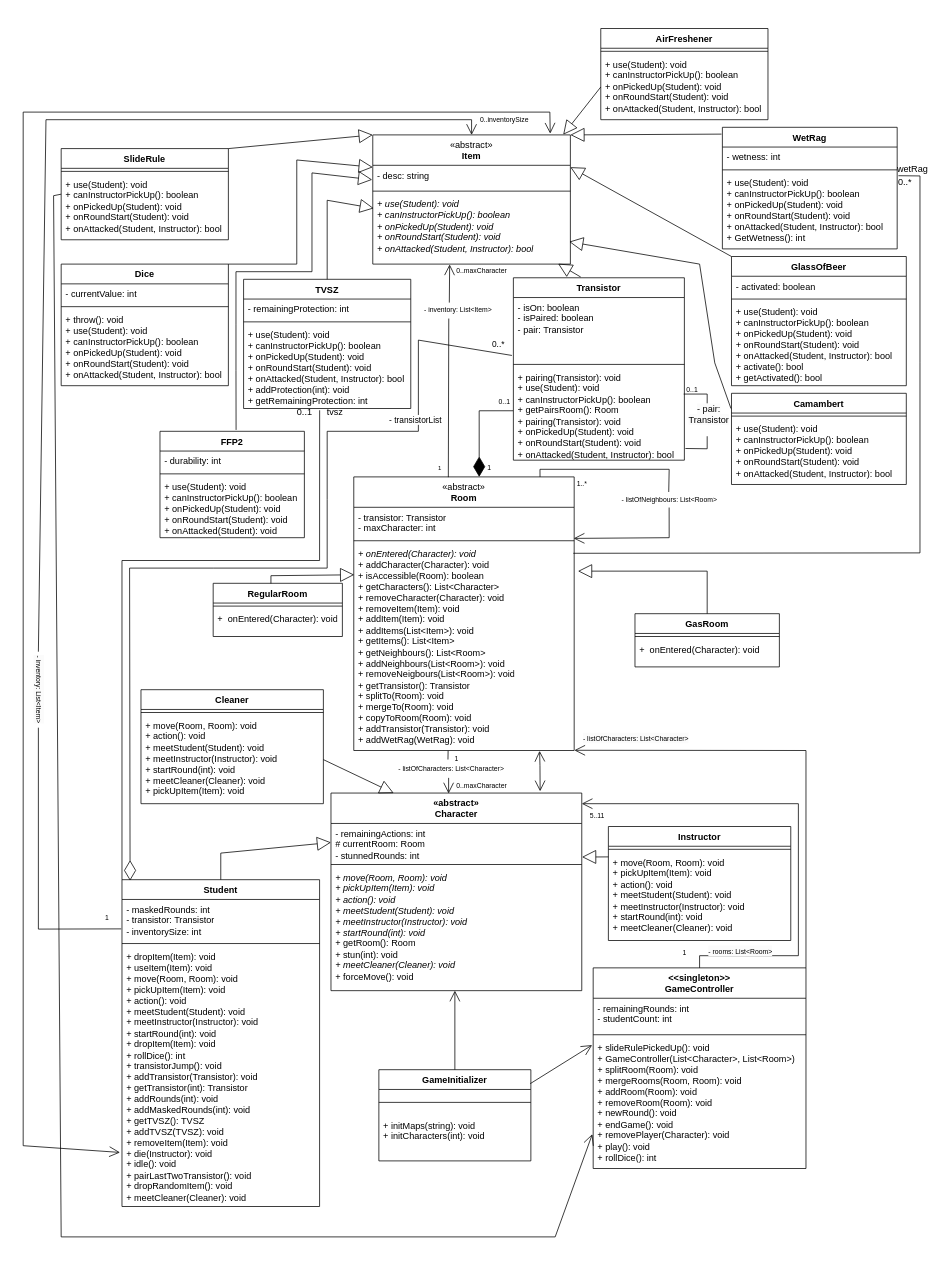
Above: Beadások/6. Beadás/Változás-Class Diagram.drawio in XanleR/U.B.R.---Projlab-2024 (draw.io), before the change. Source tidied: cells renumbered, new cells numbered last; positions are measured from the earlier drawing's top-left corner, leaving out a move shared by most shapes. Both pictures are drawn from the tidied source at 76%, with x=0, y=0 at pixel (0, 28).
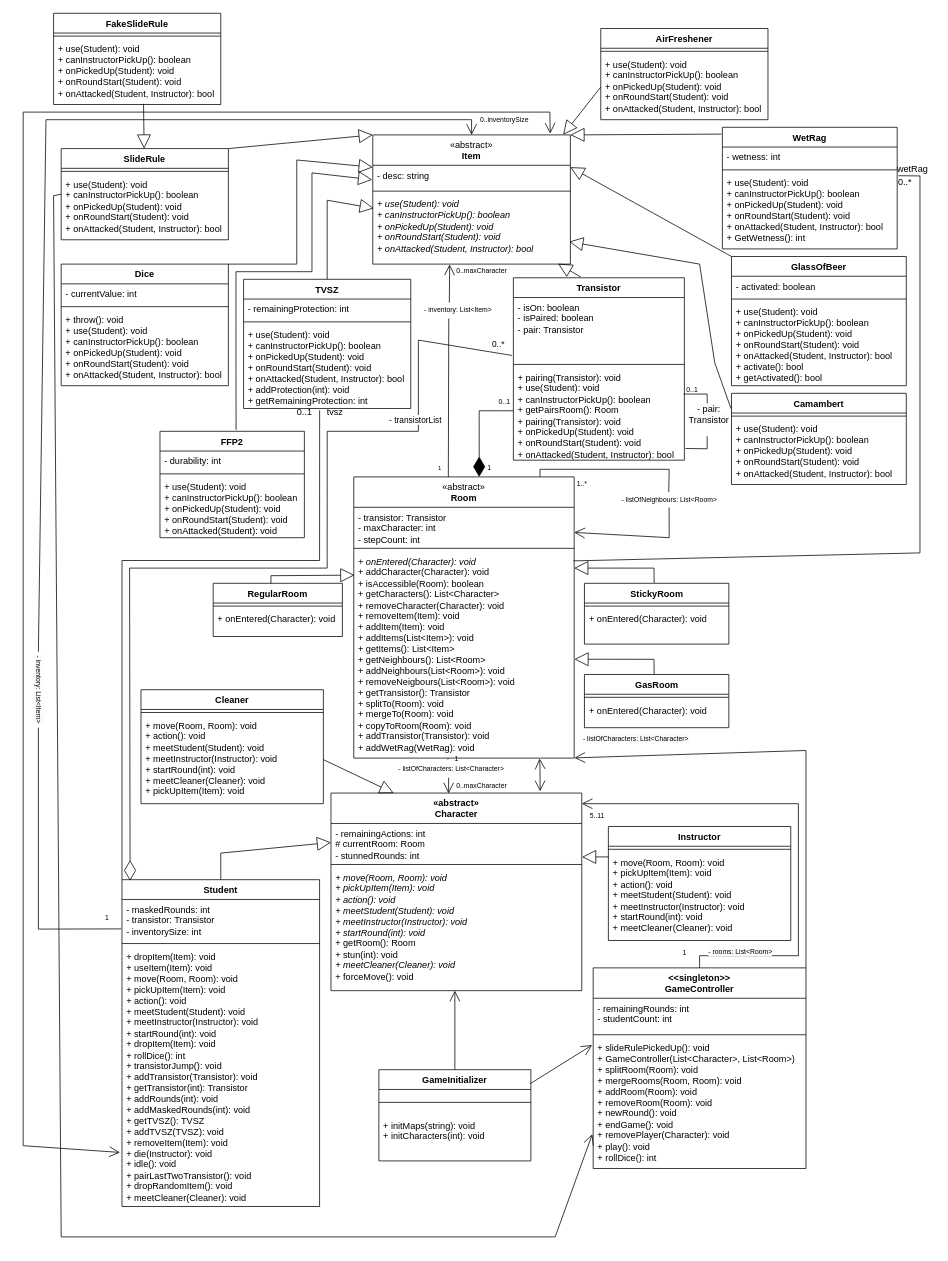
After the change.

The change refers to these unchanged cells:
```xml
<mxCell id="25" value="SlideRule" style="swimlane;fontStyle=1;align=center;verticalAlign=top;horizontal=1;startSize=26;whiteSpace=wrap;html=1;" parent="1" vertex="1">
  <mxGeometry x="80" y="158" width="220" height="120" as="geometry" />
</mxCell>
<mxCell id="72" value="RegularRoom" style="swimlane;fontStyle=1;align=center;verticalAlign=top;horizontal=1;startSize=26;whiteSpace=wrap;html=1;" parent="1" vertex="1">
  <mxGeometry x="280" y="730" width="170" height="70" as="geometry" />
</mxCell>
<mxCell id="81" value="&lt;span style=&quot;text-align: left; font-weight: normal;&quot;&gt;&lt;font style=&quot;font-size: 9px;&quot;&gt;- listOfNeighbours: List&amp;lt;Room&amp;gt;&lt;/font&gt;&lt;/span&gt;" style="text;align=center;fontStyle=1;verticalAlign=middle;spacingLeft=3;spacingRight=3;strokeColor=none;points=[[0,0.5],[1,0.5]];portConstraint=eastwest;html=1;" parent="1" vertex="1">
  <mxGeometry x="850" y="610" width="60" height="20" as="geometry" />
</mxCell>
```

Diff of the diagram source:
```diff
@@
     <mxCell id="58" value="&lt;div&gt;&lt;span style=&quot;font-weight: 400;&quot;&gt;«abstract»&lt;/span&gt;&lt;br&gt;&lt;/div&gt;Room" style="swimlane;fontStyle=1;align=center;verticalAlign=top;horizontal=1;startSize=40;whiteSpace=wrap;html=1;" parent="1" vertex="1">
-      <mxGeometry x="465" y="590" width="290" height="360" as="geometry" />
+      <mxGeometry x="465" y="590" width="290" height="370" as="geometry" />
     </mxCell>
-    <mxCell id="59" value="- transistor: Transistor&lt;br&gt;- maxCharacter: int" style="text;strokeColor=none;fillColor=none;align=left;verticalAlign=top;spacingLeft=4;spacingRight=4;overflow=hidden;points=[[0,0.5],[1,0.5]];portConstraint=eastwest;whiteSpace=wrap;html=1;" parent="58" vertex="1">
-      <mxGeometry y="40" width="290" height="40" as="geometry" />
+    <mxCell id="59" value="- transistor: Transistor&lt;br&gt;- maxCharacter: int&lt;div&gt;- stepCount: int&lt;/div&gt;" style="text;strokeColor=none;fillColor=none;align=left;verticalAlign=top;spacingLeft=4;spacingRight=4;overflow=hidden;points=[[0,0.5],[1,0.5]];portConstraint=eastwest;whiteSpace=wrap;html=1;" parent="58" vertex="1">
+      <mxGeometry y="40" width="290" height="50" as="geometry" />
     </mxCell>
     <mxCell id="60" style="line;strokeWidth=1;fillColor=none;align=left;verticalAlign=middle;spacingTop=-1;spacingLeft=3;spacingRight=3;labelPosition=right;strokeColor=inherit;" parent="58" vertex="1">
-      <mxGeometry y="80" width="290" height="8" as="geometry" />
+      <mxGeometry y="90" width="290" height="8" as="geometry" />
     </mxCell>
     <mxCell id="61" value="&lt;div&gt;&lt;i style=&quot;background-color: initial;&quot;&gt;+&amp;nbsp;onEntered(Character): void&lt;/i&gt;&lt;br&gt;&lt;/div&gt;+ addCharacter(Character): void&lt;div&gt;+&lt;span style=&quot;background-color: initial; text-align: center;&quot;&gt;&amp;nbsp;isAccessible(Room): boolean&lt;/span&gt;&lt;/div&gt;&lt;div&gt;&lt;span style=&quot;background-color: initial; text-align: center;&quot;&gt;+&lt;/span&gt;&lt;span style=&quot;background-color: initial; text-align: center;&quot;&gt;&amp;nbsp;getCharacters(): List&amp;lt;Character&amp;gt;&lt;/span&gt;&lt;/div&gt;&lt;div&gt;&lt;span style=&quot;background-color: initial; text-align: center;&quot;&gt;+&lt;/span&gt;&lt;span style=&quot;background-color: initial; text-align: center;&quot;&gt;&amp;nbsp;removeCharacter(Character): void&lt;/span&gt;&lt;/div&gt;&lt;div&gt;&lt;span style=&quot;background-color: initial; text-align: center;&quot;&gt;+&amp;nbsp;&lt;/span&gt;&lt;span style=&quot;background-color: initial; text-align: center;&quot;&gt;removeItem(Item): void&lt;/span&gt;&lt;/div&gt;&lt;div&gt;&lt;span style=&quot;background-color: initial; text-align: center;&quot;&gt;+&amp;nbsp;&lt;/span&gt;&lt;span style=&quot;background-color: initial; text-align: center;&quot;&gt;addItem(Item): void&lt;/span&gt;&lt;/div&gt;&lt;div&gt;&lt;span style=&quot;background-color: initial; text-align: center;&quot;&gt;+&amp;nbsp;&lt;/span&gt;&lt;span style=&quot;background-color: initial; text-align: center;&quot;&gt;addItems(List&amp;lt;Item&amp;gt;): void&lt;/span&gt;&lt;/div&gt;&lt;div&gt;&lt;span style=&quot;background-color: initial; text-align: center;&quot;&gt;+&amp;nbsp;&lt;/span&gt;&lt;span style=&quot;background-color: initial; text-align: center;&quot;&gt;getItems(): List&amp;lt;Item&amp;gt;&lt;/span&gt;&lt;/div&gt;&lt;div&gt;&lt;span style=&quot;background-color: initial; text-align: center;&quot;&gt;+&amp;nbsp;&lt;/span&gt;&lt;span style=&quot;background-color: initial; text-align: center;&quot;&gt;getNeighbours(): List&amp;lt;Room&amp;gt;&lt;/span&gt;&lt;/div&gt;&lt;div&gt;&lt;span style=&quot;background-color: initial; text-align: center;&quot;&gt;+&amp;nbsp;&lt;/span&gt;&lt;span style=&quot;background-color: initial; text-align: center;&quot;&gt;addNeighbours(List&amp;lt;Room&amp;gt;): void&lt;/span&gt;&lt;/div&gt;&lt;div&gt;&lt;span style=&quot;background-color: initial; text-align: center;&quot;&gt;+&amp;nbsp;&lt;/span&gt;&lt;span style=&quot;background-color: initial; text-align: center;&quot;&gt;removeNeigbours(List&amp;lt;Room&amp;gt;): void&lt;/span&gt;&lt;/div&gt;&lt;div&gt;&lt;span style=&quot;background-color: initial; text-align: center;&quot;&gt;+ getTransistor(): Transistor&lt;/span&gt;&lt;/div&gt;&lt;div&gt;&lt;span style=&quot;background-color: initial; text-align: center;&quot;&gt;+ splitTo(Room): void&lt;/span&gt;&lt;/div&gt;&lt;div&gt;&lt;span style=&quot;background-color: initial; text-align: center;&quot;&gt;+ mergeTo(Room): void&lt;/span&gt;&lt;/div&gt;&lt;div&gt;&lt;span style=&quot;background-color: initial; text-align: center;&quot;&gt;+ copyToRoom(Room): void&lt;/span&gt;&lt;/div&gt;&lt;div&gt;&lt;span style=&quot;background-color: initial; text-align: center;&quot;&gt;+ addTransistor(Transistor): void&lt;/span&gt;&lt;/div&gt;&lt;div&gt;&lt;span style=&quot;background-color: initial; text-align: center;&quot;&gt;+ addWetRag(WetRag): void&lt;/span&gt;&lt;/div&gt;" style="text;strokeColor=none;fillColor=none;align=left;verticalAlign=top;spacingLeft=4;spacingRight=4;overflow=hidden;points=[[0,0.5],[1,0.5]];portConstraint=eastwest;whiteSpace=wrap;html=1;" parent="58" vertex="1">
-      <mxGeometry y="88" width="290" height="272" as="geometry" />
+      <mxGeometry y="98" width="290" height="272" as="geometry" />
     </mxCell>
@@
-    <mxCell id="74" value="&lt;div&gt;&lt;span style=&quot;background-color: initial;&quot;&gt;+ &amp;nbsp;onEntered(Character): void&lt;/span&gt;&lt;br&gt;&lt;/div&gt;" style="text;strokeColor=none;fillColor=none;align=left;verticalAlign=top;spacingLeft=4;spacingRight=4;overflow=hidden;whiteSpace=wrap;html=1;" parent="72" vertex="1">
+    <mxCell id="74" value="&lt;div&gt;&lt;span style=&quot;background-color: initial;&quot;&gt;+ onEntered(Character): void&lt;/span&gt;&lt;br&gt;&lt;/div&gt;" style="text;strokeColor=none;fillColor=none;align=left;verticalAlign=top;spacingLeft=4;spacingRight=4;overflow=hidden;whiteSpace=wrap;html=1;" parent="72" vertex="1">
       <mxGeometry y="34" width="170" height="36" as="geometry" />
     </mxCell>
-    <mxCell id="75" style="endArrow=block;endSize=16;endFill=0;html=1;rounded=0;exitX=0.447;exitY=0.004;exitDx=0;exitDy=0;exitPerimeter=0;entryX=0.002;entryY=0.15;entryDx=0;entryDy=0;entryPerimeter=0;" parent="1" edge="1" source="72" target="61">
+    <mxCell id="75" style="endArrow=block;endSize=16;endFill=0;html=1;rounded=0;exitX=0.447;exitY=0.004;exitDx=0;exitDy=0;exitPerimeter=0;entryX=0.003;entryY=0.115;entryDx=0;entryDy=0;entryPerimeter=0;" parent="1" edge="1" source="72" target="61">
       <mxGeometry relative="1" as="geometry">
         <Array as="points">
           <mxPoint x="356" y="720" />
         </Array>
       </mxGeometry>
     </mxCell>
     <mxCell id="76" value="GasRoom" style="swimlane;fontStyle=1;align=center;verticalAlign=top;horizontal=1;startSize=26;whiteSpace=wrap;html=1;" parent="1" vertex="1">
-      <mxGeometry x="835" y="770" width="190" height="70" as="geometry" />
+      <mxGeometry x="768.5" y="850" width="190" height="70" as="geometry" />
     </mxCell>
@@
-    <mxCell id="78" value="&lt;div&gt;&lt;span style=&quot;background-color: initial;&quot;&gt;+ &amp;nbsp;onEntered(Character): void&lt;/span&gt;&lt;br&gt;&lt;/div&gt;" style="text;strokeColor=none;fillColor=none;align=left;verticalAlign=top;spacingLeft=4;spacingRight=4;overflow=hidden;whiteSpace=wrap;html=1;" parent="76" vertex="1">
+    <mxCell id="78" value="&lt;div&gt;&lt;span style=&quot;background-color: initial;&quot;&gt;+ onEntered(Character): void&lt;/span&gt;&lt;br&gt;&lt;/div&gt;" style="text;strokeColor=none;fillColor=none;align=left;verticalAlign=top;spacingLeft=4;spacingRight=4;overflow=hidden;whiteSpace=wrap;html=1;" parent="76" vertex="1">
       <mxGeometry y="34" width="190" height="36" as="geometry" />
     </mxCell>
-    <mxCell id="79" style="endArrow=block;endSize=16;endFill=0;html=1;rounded=0;exitX=0.5;exitY=0;exitDx=0;exitDy=0;" parent="1" edge="1" source="76">
+    <mxCell id="79" style="endArrow=block;endSize=16;endFill=0;html=1;rounded=0;exitX=0.483;exitY=-0.006;exitDx=0;exitDy=0;entryX=1.001;entryY=0.485;entryDx=0;entryDy=0;entryPerimeter=0;exitPerimeter=0;" parent="1" edge="1" source="76">
       <mxGeometry relative="1" as="geometry">
-        <mxPoint x="760" y="714" as="targetPoint" />
+        <mxPoint x="755.3" y="829.9" as="targetPoint" />
         <Array as="points">
-          <mxPoint x="930" y="714" />
+          <mxPoint x="860" y="830" />
         </Array>
       </mxGeometry>
     </mxCell>
@@
-    <mxCell id="85" style="endArrow=open;endFill=1;endSize=12;html=1;rounded=0;exitX=0.499;exitY=1.015;exitDx=0;exitDy=0;exitPerimeter=0;entryX=0.998;entryY=1.023;entryDx=0;entryDy=0;entryPerimeter=0;" parent="1" edge="1" source="81" target="59">
+    <mxCell id="85" style="endArrow=open;endFill=1;endSize=12;html=1;rounded=0;exitX=0.499;exitY=1.015;exitDx=0;exitDy=0;exitPerimeter=0;" parent="1" edge="1" source="81" target="59">
       <mxGeometry relative="1" as="geometry">
         <Array as="points">
           <mxPoint x="880" y="670" />
         </Array>
       </mxGeometry>
     </mxCell>
@@
+    <mxCell id="131" value="StickyRoom" style="swimlane;fontStyle=1;align=center;verticalAlign=top;horizontal=1;startSize=26;whiteSpace=wrap;html=1;" parent="1" vertex="1">
+      <mxGeometry x="768.5" y="730" width="190" height="80" as="geometry" />
+    </mxCell>
+    <mxCell id="132" style="line;strokeWidth=1;fillColor=none;align=left;verticalAlign=middle;spacingTop=-1;spacingLeft=3;spacingRight=3;labelPosition=right;strokeColor=inherit;" parent="131" vertex="1">
+      <mxGeometry y="26" width="190" height="8" as="geometry" />
+    </mxCell>
+    <mxCell id="133" value="&lt;div&gt;&lt;span style=&quot;background-color: initial;&quot;&gt;+ onEntered(Character): void&lt;/span&gt;&lt;br&gt;&lt;/div&gt;&lt;div&gt;&lt;span style=&quot;background-color: initial;&quot;&gt;&lt;br&gt;&lt;/span&gt;&lt;/div&gt;" style="text;strokeColor=none;fillColor=none;align=left;verticalAlign=top;spacingLeft=4;spacingRight=4;overflow=hidden;whiteSpace=wrap;html=1;" parent="131" vertex="1">
+      <mxGeometry y="34" width="190" height="46" as="geometry" />
+    </mxCell>
+    <mxCell id="134" style="endArrow=block;endSize=16;endFill=0;html=1;rounded=0;exitX=0.483;exitY=-0.006;exitDx=0;exitDy=0;entryX=1.001;entryY=0.485;entryDx=0;entryDy=0;entryPerimeter=0;exitPerimeter=0;" parent="1" edge="1" source="131">
+      <mxGeometry relative="1" as="geometry">
+        <mxPoint x="755" y="710" as="targetPoint" />
+        <Array as="points">
+          <mxPoint x="860" y="710" />
+        </Array>
+      </mxGeometry>
+    </mxCell>
+    <mxCell id="135" value="FakeSlideRule" style="swimlane;fontStyle=1;align=center;verticalAlign=top;horizontal=1;startSize=26;whiteSpace=wrap;html=1;" parent="1" vertex="1">
+      <mxGeometry x="70" y="-20" width="220" height="120" as="geometry" />
+    </mxCell>
+    <mxCell id="136" style="line;strokeWidth=1;fillColor=none;align=left;verticalAlign=middle;spacingTop=-1;spacingLeft=3;spacingRight=3;labelPosition=right;strokeColor=inherit;" parent="135" vertex="1">
+      <mxGeometry y="26" width="220" height="8" as="geometry" />
+    </mxCell>
+    <mxCell id="137" value="+ use(Student): void&lt;br&gt;&lt;div&gt;+&amp;nbsp;&lt;span style=&quot;background-color: initial;&quot;&gt;canInstructorPickUp(): boolean&lt;/span&gt;&lt;/div&gt;&lt;div&gt;+ onPickedUp(Student): void&lt;br style=&quot;border-color: var(--border-color);&quot;&gt;+ onRoundStart(Student): void&lt;br style=&quot;border-color: var(--border-color);&quot;&gt;+ onAttacked(Student, Instructor): bool&lt;span style=&quot;background-color: initial;&quot;&gt;&lt;br&gt;&lt;/span&gt;&lt;/div&gt;" style="text;strokeColor=none;fillColor=none;align=left;verticalAlign=top;spacingLeft=4;spacingRight=4;overflow=hidden;points=[[0,0.5],[1,0.5]];portConstraint=eastwest;whiteSpace=wrap;html=1;" parent="135" vertex="1">
+      <mxGeometry y="34" width="220" height="86" as="geometry" />
+    </mxCell>
+    <mxCell id="138" style="endArrow=block;endSize=16;endFill=0;html=1;rounded=0;exitX=0.538;exitY=0.989;exitDx=0;exitDy=0;exitPerimeter=0;" parent="1" edge="1" source="137" target="25">
+      <mxGeometry relative="1" as="geometry" />
+    </mxCell>
```
